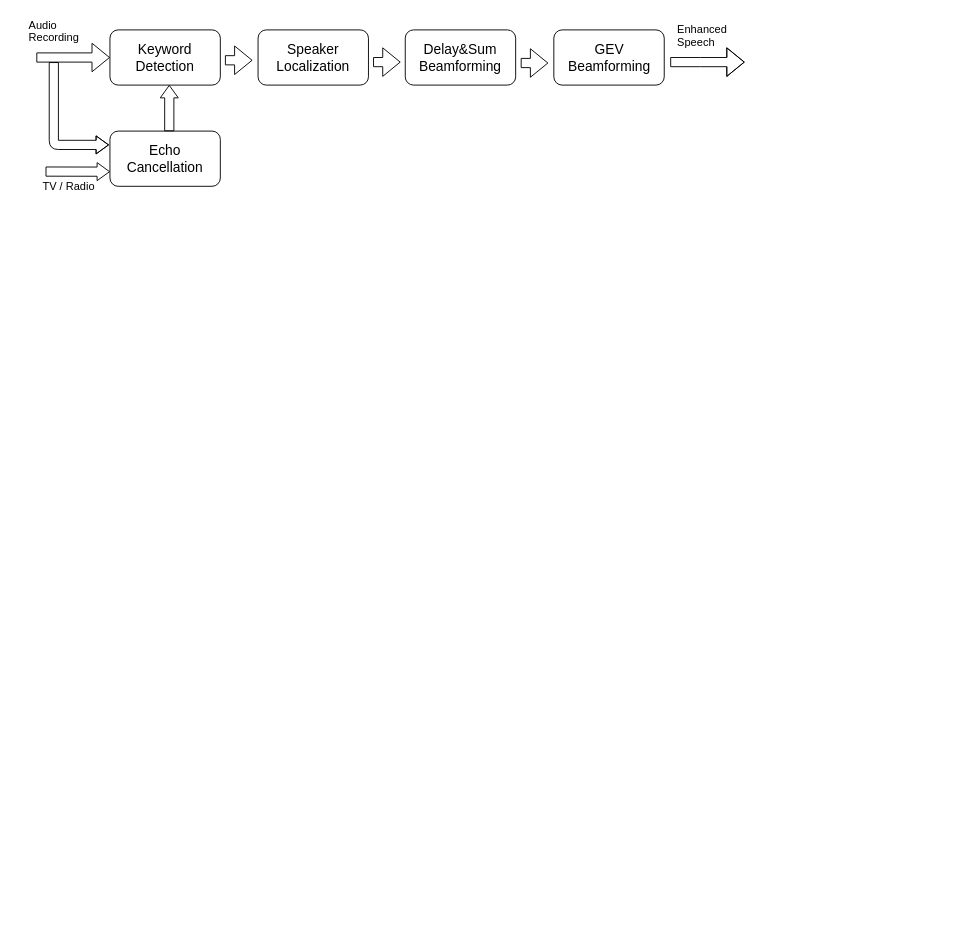
The draw.io diagram vocadom_doa_se.drawio in sunits/Random, before the edit. Source tidied: cells renumbered, new cells numbered last; positions are measured from the earlier drawing's top-left corner, leaving out a move shared by most shapes. Both pictures are drawn from the tidied source at 92%, with x=0, y=0 at pixel (16, 16).
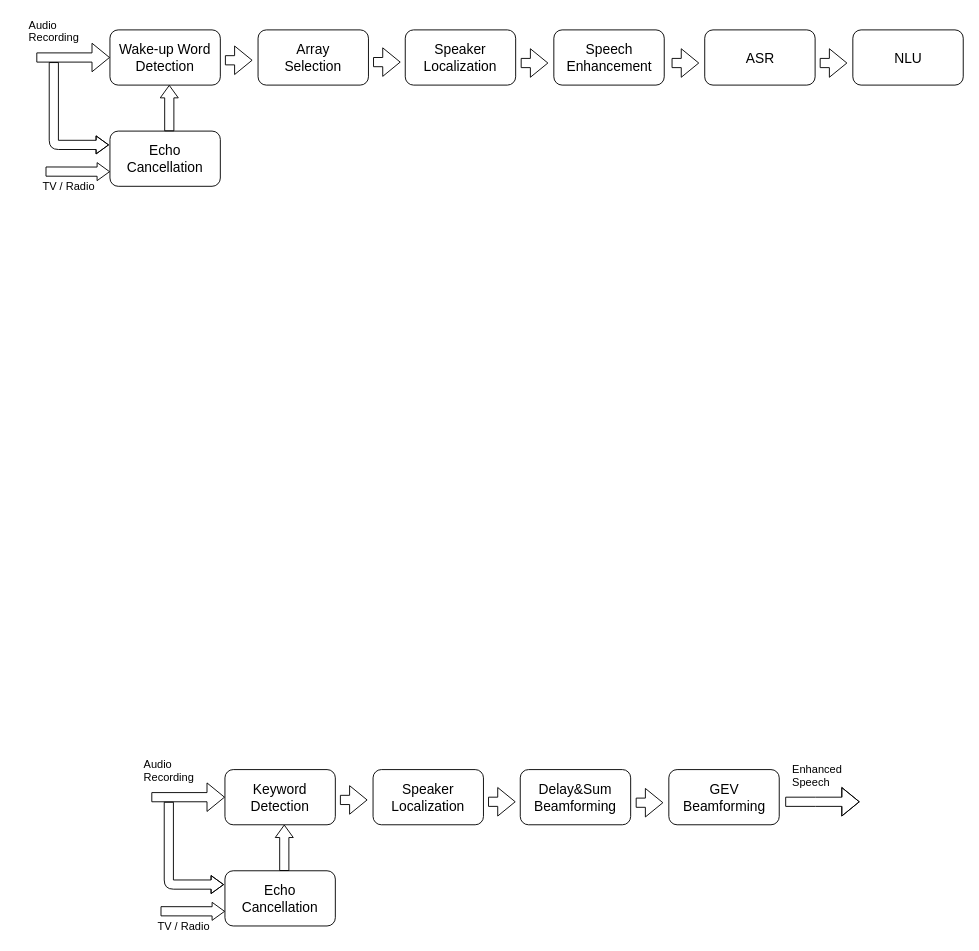
After the change.

Commit message:
Vocadom_full_pipeline

The edit, as a diff of the source:
```diff
@@
-    <mxCell id="2" value="&lt;div style=&quot;font-size: 15px&quot;&gt;&lt;font style=&quot;font-size: 15px&quot;&gt;Speaker&lt;/font&gt;&lt;/div&gt;&lt;div style=&quot;font-size: 15px&quot;&gt;&lt;font style=&quot;font-size: 15px&quot;&gt;Localization&lt;br&gt;&lt;/font&gt;&lt;/div&gt;" style="rounded=1;whiteSpace=wrap;html=1;comic=0;" parent="1" vertex="1">
+    <mxCell id="2" value="&lt;div style=&quot;font-size: 15px&quot;&gt;&lt;font style=&quot;font-size: 15px&quot;&gt;Array &lt;br&gt;&lt;/font&gt;&lt;/div&gt;&lt;div style=&quot;font-size: 15px&quot;&gt;&lt;font style=&quot;font-size: 15px&quot;&gt;Selection&lt;/font&gt;&lt;/div&gt;" style="rounded=1;whiteSpace=wrap;html=1;comic=0;" parent="1" vertex="1">
       <mxGeometry x="263" y="15" width="120" height="60" as="geometry" />
     </mxCell>
-    <mxCell id="3" value="&lt;div style=&quot;font-size: 15px&quot;&gt;&lt;font style=&quot;font-size: 15px&quot;&gt;Keyword&lt;/font&gt;&lt;/div&gt;&lt;div style=&quot;font-size: 15px&quot;&gt;&lt;font style=&quot;font-size: 15px&quot;&gt;Detection&lt;br&gt;&lt;/font&gt;&lt;/div&gt;" style="rounded=1;whiteSpace=wrap;html=1;comic=0;" parent="1" vertex="1">
+    <mxCell id="3" value="&lt;div style=&quot;font-size: 15px&quot;&gt;&lt;font style=&quot;font-size: 15px&quot;&gt;Wake-up Word&lt;br&gt;&lt;/font&gt;&lt;/div&gt;&lt;div style=&quot;font-size: 15px&quot;&gt;&lt;font style=&quot;font-size: 15px&quot;&gt;Detection&lt;br&gt;&lt;/font&gt;&lt;/div&gt;" style="rounded=1;whiteSpace=wrap;html=1;comic=0;" parent="1" vertex="1">
       <mxGeometry x="102" y="15" width="120" height="60" as="geometry" />
     </mxCell>
-    <mxCell id="4" value="&lt;div style=&quot;font-size: 15px&quot;&gt;&lt;font style=&quot;font-size: 15px&quot;&gt;Delay&amp;amp;Sum&lt;/font&gt;&lt;/div&gt;&lt;div style=&quot;font-size: 15px&quot;&gt;&lt;font style=&quot;font-size: 15px&quot;&gt;Beamforming&lt;br&gt;&lt;/font&gt;&lt;/div&gt;" style="rounded=1;whiteSpace=wrap;html=1;comic=0;" parent="1" vertex="1">
+    <mxCell id="4" value="&lt;div style=&quot;font-size: 15px&quot;&gt;&lt;font style=&quot;font-size: 15px&quot;&gt;Speaker&lt;/font&gt;&lt;/div&gt;&lt;div style=&quot;font-size: 15px&quot;&gt;&lt;font style=&quot;font-size: 15px&quot;&gt;Localization&lt;/font&gt;&lt;/div&gt;" style="rounded=1;whiteSpace=wrap;html=1;comic=0;" parent="1" vertex="1">
       <mxGeometry x="423" y="15" width="120" height="60" as="geometry" />
     </mxCell>
-    <mxCell id="5" value="&lt;div style=&quot;font-size: 15px&quot;&gt;&lt;font style=&quot;font-size: 15px&quot;&gt;GEV&lt;/font&gt;&lt;/div&gt;&lt;div style=&quot;font-size: 15px&quot;&gt;&lt;font style=&quot;font-size: 15px&quot;&gt;Beamforming&lt;br&gt;&lt;/font&gt;&lt;/div&gt;" style="rounded=1;whiteSpace=wrap;html=1;comic=0;" parent="1" vertex="1">
+    <mxCell id="5" value="&lt;div style=&quot;font-size: 15px&quot;&gt;&lt;font style=&quot;font-size: 15px&quot;&gt;Speech &lt;br&gt;&lt;/font&gt;&lt;/div&gt;&lt;div style=&quot;font-size: 15px&quot;&gt;&lt;font style=&quot;font-size: 15px&quot;&gt;Enhancement&lt;br&gt;&lt;/font&gt;&lt;/div&gt;" style="rounded=1;whiteSpace=wrap;html=1;comic=0;" parent="1" vertex="1">
       <mxGeometry x="584.5" y="15" width="120" height="60" as="geometry" />
     </mxCell>
@@
-    <mxCell id="15" style="shape=flexArrow;endArrow=classic;html=1;" parent="1" edge="1">
-      <mxGeometry relative="1" as="geometry">
-        <mxPoint x="711" y="50" as="sourcePoint" />
-        <mxPoint x="792" y="50" as="targetPoint" />
-        <Array as="points">
-          <mxPoint x="744" y="50" />
-        </Array>
-      </mxGeometry>
-    </mxCell>
+    <mxCell id="17" style="shape=flexArrow;endArrow=classic;html=1;endWidth=8.604651162790699;endSize=4.186046511627907;entryX=0;entryY=0.837;entryDx=0;entryDy=0;entryPerimeter=0;" parent="1" edge="1">
+      <mxGeometry relative="1" as="geometry">
+        <mxPoint x="32" y="169" as="sourcePoint" />
+        <mxPoint x="102.1" y="169.1" as="targetPoint" />
+      </mxGeometry>
+    </mxCell>
+    <mxCell id="18" value="&lt;div style=&quot;font-size: 15px&quot;&gt;&lt;font style=&quot;font-size: 15px&quot;&gt;Speaker&lt;/font&gt;&lt;/div&gt;&lt;div style=&quot;font-size: 15px&quot;&gt;&lt;font style=&quot;font-size: 15px&quot;&gt;Localization&lt;br&gt;&lt;/font&gt;&lt;/div&gt;" style="rounded=1;whiteSpace=wrap;html=1;comic=0;" parent="1" vertex="1">
+      <mxGeometry x="388" y="819" width="120" height="60" as="geometry" />
+    </mxCell>
+    <mxCell id="19" value="&lt;div style=&quot;font-size: 15px&quot;&gt;&lt;font style=&quot;font-size: 15px&quot;&gt;Keyword&lt;/font&gt;&lt;/div&gt;&lt;div style=&quot;font-size: 15px&quot;&gt;&lt;font style=&quot;font-size: 15px&quot;&gt;Detection&lt;br&gt;&lt;/font&gt;&lt;/div&gt;" style="rounded=1;whiteSpace=wrap;html=1;comic=0;" parent="1" vertex="1">
+      <mxGeometry x="227" y="819" width="120" height="60" as="geometry" />
+    </mxCell>
+    <mxCell id="20" value="&lt;div style=&quot;font-size: 15px&quot;&gt;&lt;font style=&quot;font-size: 15px&quot;&gt;Delay&amp;amp;Sum&lt;/font&gt;&lt;/div&gt;&lt;div style=&quot;font-size: 15px&quot;&gt;&lt;font style=&quot;font-size: 15px&quot;&gt;Beamforming&lt;br&gt;&lt;/font&gt;&lt;/div&gt;" style="rounded=1;whiteSpace=wrap;html=1;comic=0;" parent="1" vertex="1">
+      <mxGeometry x="548" y="819" width="120" height="60" as="geometry" />
+    </mxCell>
+    <mxCell id="21" value="&lt;div style=&quot;font-size: 15px&quot;&gt;&lt;font style=&quot;font-size: 15px&quot;&gt;GEV&lt;/font&gt;&lt;/div&gt;&lt;div style=&quot;font-size: 15px&quot;&gt;&lt;font style=&quot;font-size: 15px&quot;&gt;Beamforming&lt;br&gt;&lt;/font&gt;&lt;/div&gt;" style="rounded=1;whiteSpace=wrap;html=1;comic=0;" parent="1" vertex="1">
+      <mxGeometry x="709.5" y="819" width="120" height="60" as="geometry" />
+    </mxCell>
+    <mxCell id="22" style="shape=flexArrow;endArrow=classic;html=1;" parent="1" edge="1">
+      <mxGeometry relative="1" as="geometry">
+        <mxPoint x="352" y="852" as="sourcePoint" />
+        <mxPoint x="382" y="852" as="targetPoint" />
+      </mxGeometry>
+    </mxCell>
+    <mxCell id="23" style="shape=flexArrow;endArrow=classic;html=1;" parent="1" edge="1">
+      <mxGeometry relative="1" as="geometry">
+        <mxPoint x="513" y="854" as="sourcePoint" />
+        <mxPoint x="543" y="854" as="targetPoint" />
+      </mxGeometry>
+    </mxCell>
+    <mxCell id="24" style="shape=flexArrow;endArrow=classic;html=1;" parent="1" edge="1">
+      <mxGeometry relative="1" as="geometry">
+        <mxPoint x="673.5" y="855" as="sourcePoint" />
+        <mxPoint x="703.5" y="855" as="targetPoint" />
+      </mxGeometry>
+    </mxCell>
+    <mxCell id="25" value="&lt;font style=&quot;font-size: 15px&quot;&gt;Echo Cancellation&lt;/font&gt;" style="rounded=1;whiteSpace=wrap;html=1;comic=0;" parent="1" vertex="1">
+      <mxGeometry x="227" y="929" width="120" height="60" as="geometry" />
+    </mxCell>
+    <mxCell id="26" value="&lt;font style=&quot;font-size: 12px&quot;&gt;TV / Radio&lt;/font&gt;" style="text;html=1;strokeColor=none;fillColor=none;align=center;verticalAlign=middle;whiteSpace=wrap;rounded=0;" parent="1" vertex="1">
+      <mxGeometry x="125" y="980" width="115" height="20" as="geometry" />
+    </mxCell>
+    <mxCell id="27" style="shape=flexArrow;endArrow=classic;html=1;entryX=0;entryY=0.5;entryDx=0;entryDy=0;" parent="1" edge="1" target="19">
+      <mxGeometry relative="1" as="geometry">
+        <mxPoint x="147" y="849" as="sourcePoint" />
+      </mxGeometry>
+    </mxCell>
+    <mxCell id="28" style="shape=flexArrow;endArrow=classic;html=1;endWidth=8.604651162790699;endSize=4.186046511627907;exitX=0.537;exitY=0.02;exitDx=0;exitDy=0;exitPerimeter=0;entryX=0.538;entryY=1.013;entryDx=0;entryDy=0;entryPerimeter=0;" parent="1" edge="1">
+      <mxGeometry relative="1" as="geometry">
+        <mxPoint x="291.5" y="929.2" as="sourcePoint" />
+        <mxPoint x="291.5" y="878.8" as="targetPoint" />
+      </mxGeometry>
+    </mxCell>
+    <mxCell id="29" value="&lt;div&gt;&lt;font style=&quot;font-size: 12px&quot;&gt;Audio &lt;br&gt;&lt;/font&gt;&lt;/div&gt;&lt;div&gt;&lt;font style=&quot;font-size: 12px&quot;&gt;Recording&lt;/font&gt;&lt;/div&gt;" style="text;html=1;align=left;verticalAlign=top;spacingTop=-4;" parent="1" vertex="1">
+      <mxGeometry x="137" y="804" width="70" height="30" as="geometry" />
+    </mxCell>
+    <mxCell id="30" style="shape=flexArrow;endArrow=classic;html=1;endWidth=8.604651162790699;endSize=4.186046511627907;" parent="1" edge="1">
+      <mxGeometry relative="1" as="geometry">
+        <mxPoint x="166" y="854" as="sourcePoint" />
+        <mxPoint x="226" y="944" as="targetPoint" />
+        <Array as="points">
+          <mxPoint x="166" y="944" />
+        </Array>
+      </mxGeometry>
+    </mxCell>
+    <mxCell id="31" style="shape=flexArrow;endArrow=classic;html=1;" parent="1" edge="1">
+      <mxGeometry relative="1" as="geometry">
+        <mxPoint x="836" y="854" as="sourcePoint" />
+        <mxPoint x="917" y="854" as="targetPoint" />
+        <Array as="points">
+          <mxPoint x="869" y="854" />
+        </Array>
+      </mxGeometry>
+    </mxCell>
     <mxCell id="16" value="&lt;div&gt;&lt;font style=&quot;font-size: 12px&quot;&gt;Enhanced&lt;/font&gt;&lt;/div&gt;&lt;div&gt;&lt;font style=&quot;font-size: 12px&quot;&gt; Speech&lt;/font&gt;&lt;/div&gt;" style="text;html=1;align=left;verticalAlign=top;spacingTop=-4;" parent="1" vertex="1">
-      <mxGeometry x="717" y="5" width="70" height="30" as="geometry" />
+      <mxGeometry x="842" y="809" width="70" height="30" as="geometry" />
     </mxCell>
-    <mxCell id="17" style="shape=flexArrow;endArrow=classic;html=1;endWidth=8.604651162790699;endSize=4.186046511627907;entryX=0;entryY=0.837;entryDx=0;entryDy=0;entryPerimeter=0;" parent="1" edge="1">
-      <mxGeometry relative="1" as="geometry">
-        <mxPoint x="32" y="169" as="sourcePoint" />
-        <mxPoint x="102.1" y="169.1" as="targetPoint" />
-      </mxGeometry>
-    </mxCell>
+    <mxCell id="32" style="shape=flexArrow;endArrow=classic;html=1;endWidth=8.604651162790699;endSize=4.186046511627907;entryX=0;entryY=0.837;entryDx=0;entryDy=0;entryPerimeter=0;" parent="1" edge="1">
+      <mxGeometry relative="1" as="geometry">
+        <mxPoint x="157" y="973" as="sourcePoint" />
+        <mxPoint x="227.1" y="973.1" as="targetPoint" />
+      </mxGeometry>
+    </mxCell>
+    <mxCell id="33" value="&lt;div style=&quot;font-size: 15px&quot;&gt;&lt;font style=&quot;font-size: 15px&quot;&gt;ASR&lt;/font&gt;&lt;/div&gt;" style="rounded=1;whiteSpace=wrap;html=1;comic=0;" parent="1" vertex="1">
+      <mxGeometry x="748.5" y="15" width="120" height="60" as="geometry" />
+    </mxCell>
+    <mxCell id="34" style="shape=flexArrow;endArrow=classic;html=1;" parent="1" edge="1">
+      <mxGeometry relative="1" as="geometry">
+        <mxPoint x="712.5" y="51" as="sourcePoint" />
+        <mxPoint x="742.5" y="51" as="targetPoint" />
+      </mxGeometry>
+    </mxCell>
+    <mxCell id="35" value="&lt;div style=&quot;font-size: 15px&quot;&gt;&lt;font style=&quot;font-size: 15px&quot;&gt;NLU&lt;/font&gt;&lt;/div&gt;" style="rounded=1;whiteSpace=wrap;html=1;comic=0;" parent="1" vertex="1">
+      <mxGeometry x="909.5" y="15" width="120" height="60" as="geometry" />
+    </mxCell>
+    <mxCell id="36" style="shape=flexArrow;endArrow=classic;html=1;" parent="1" edge="1">
+      <mxGeometry relative="1" as="geometry">
+        <mxPoint x="873.5" y="51" as="sourcePoint" />
+        <mxPoint x="903.5" y="51" as="targetPoint" />
+      </mxGeometry>
+    </mxCell>
```
